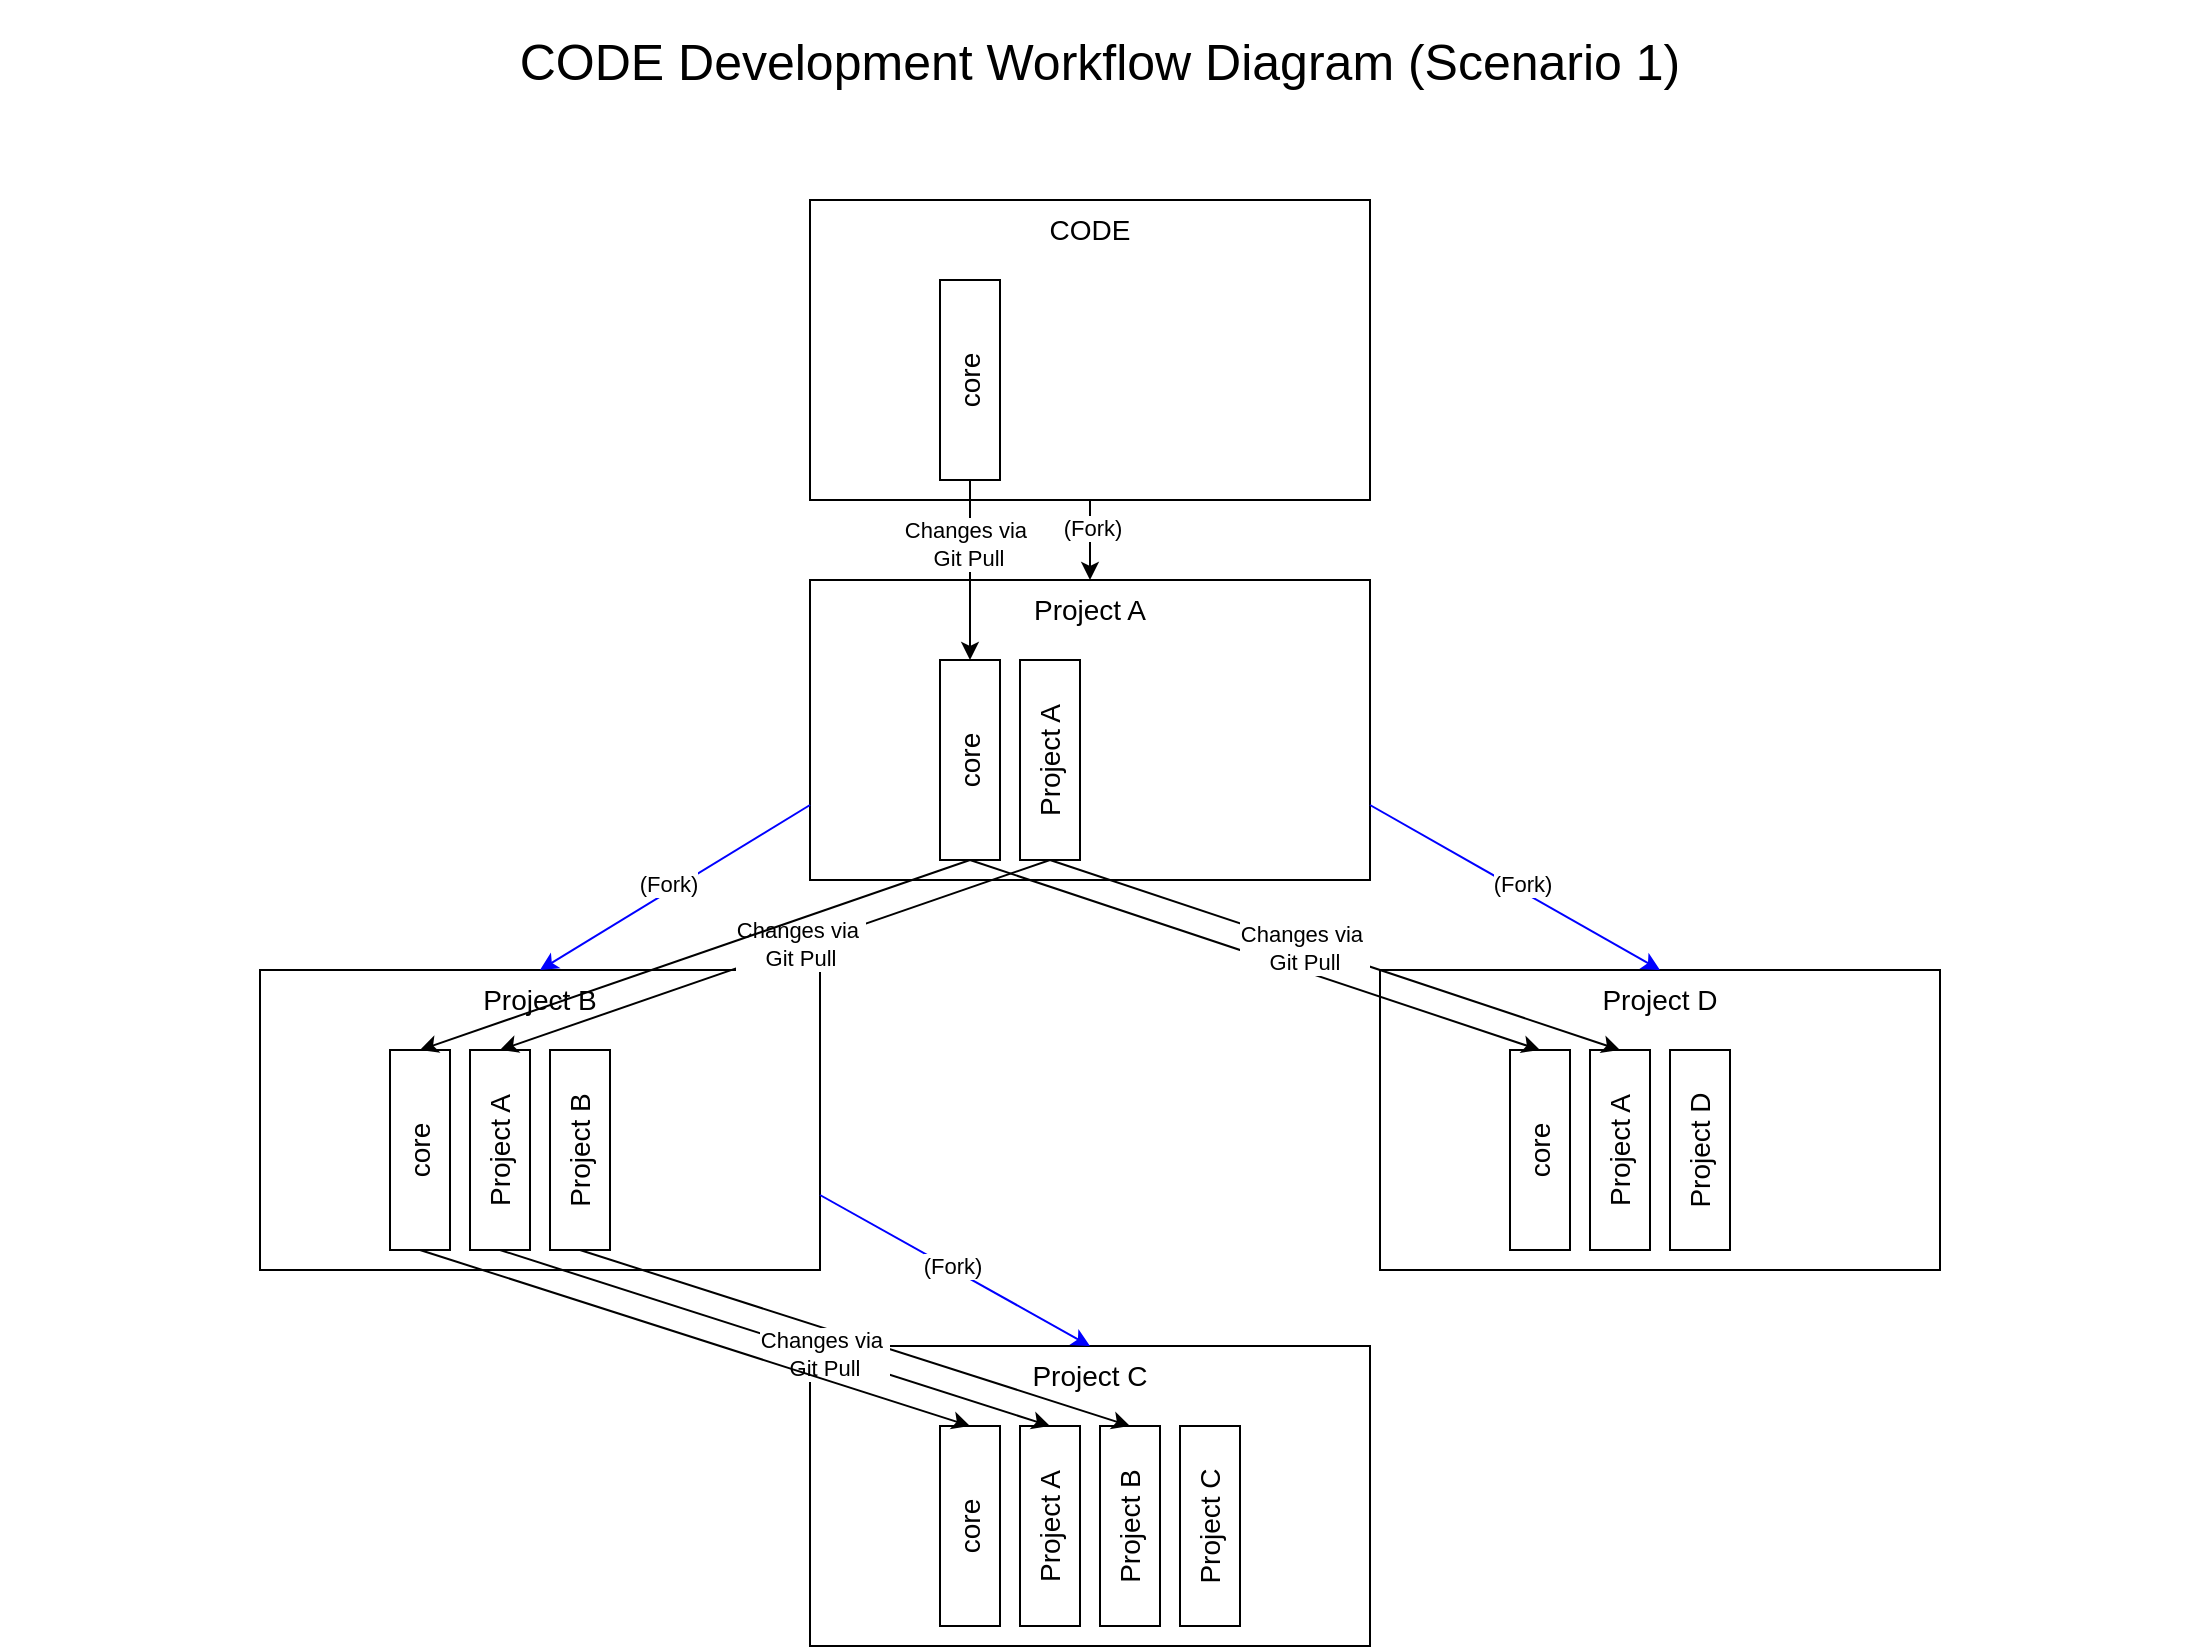
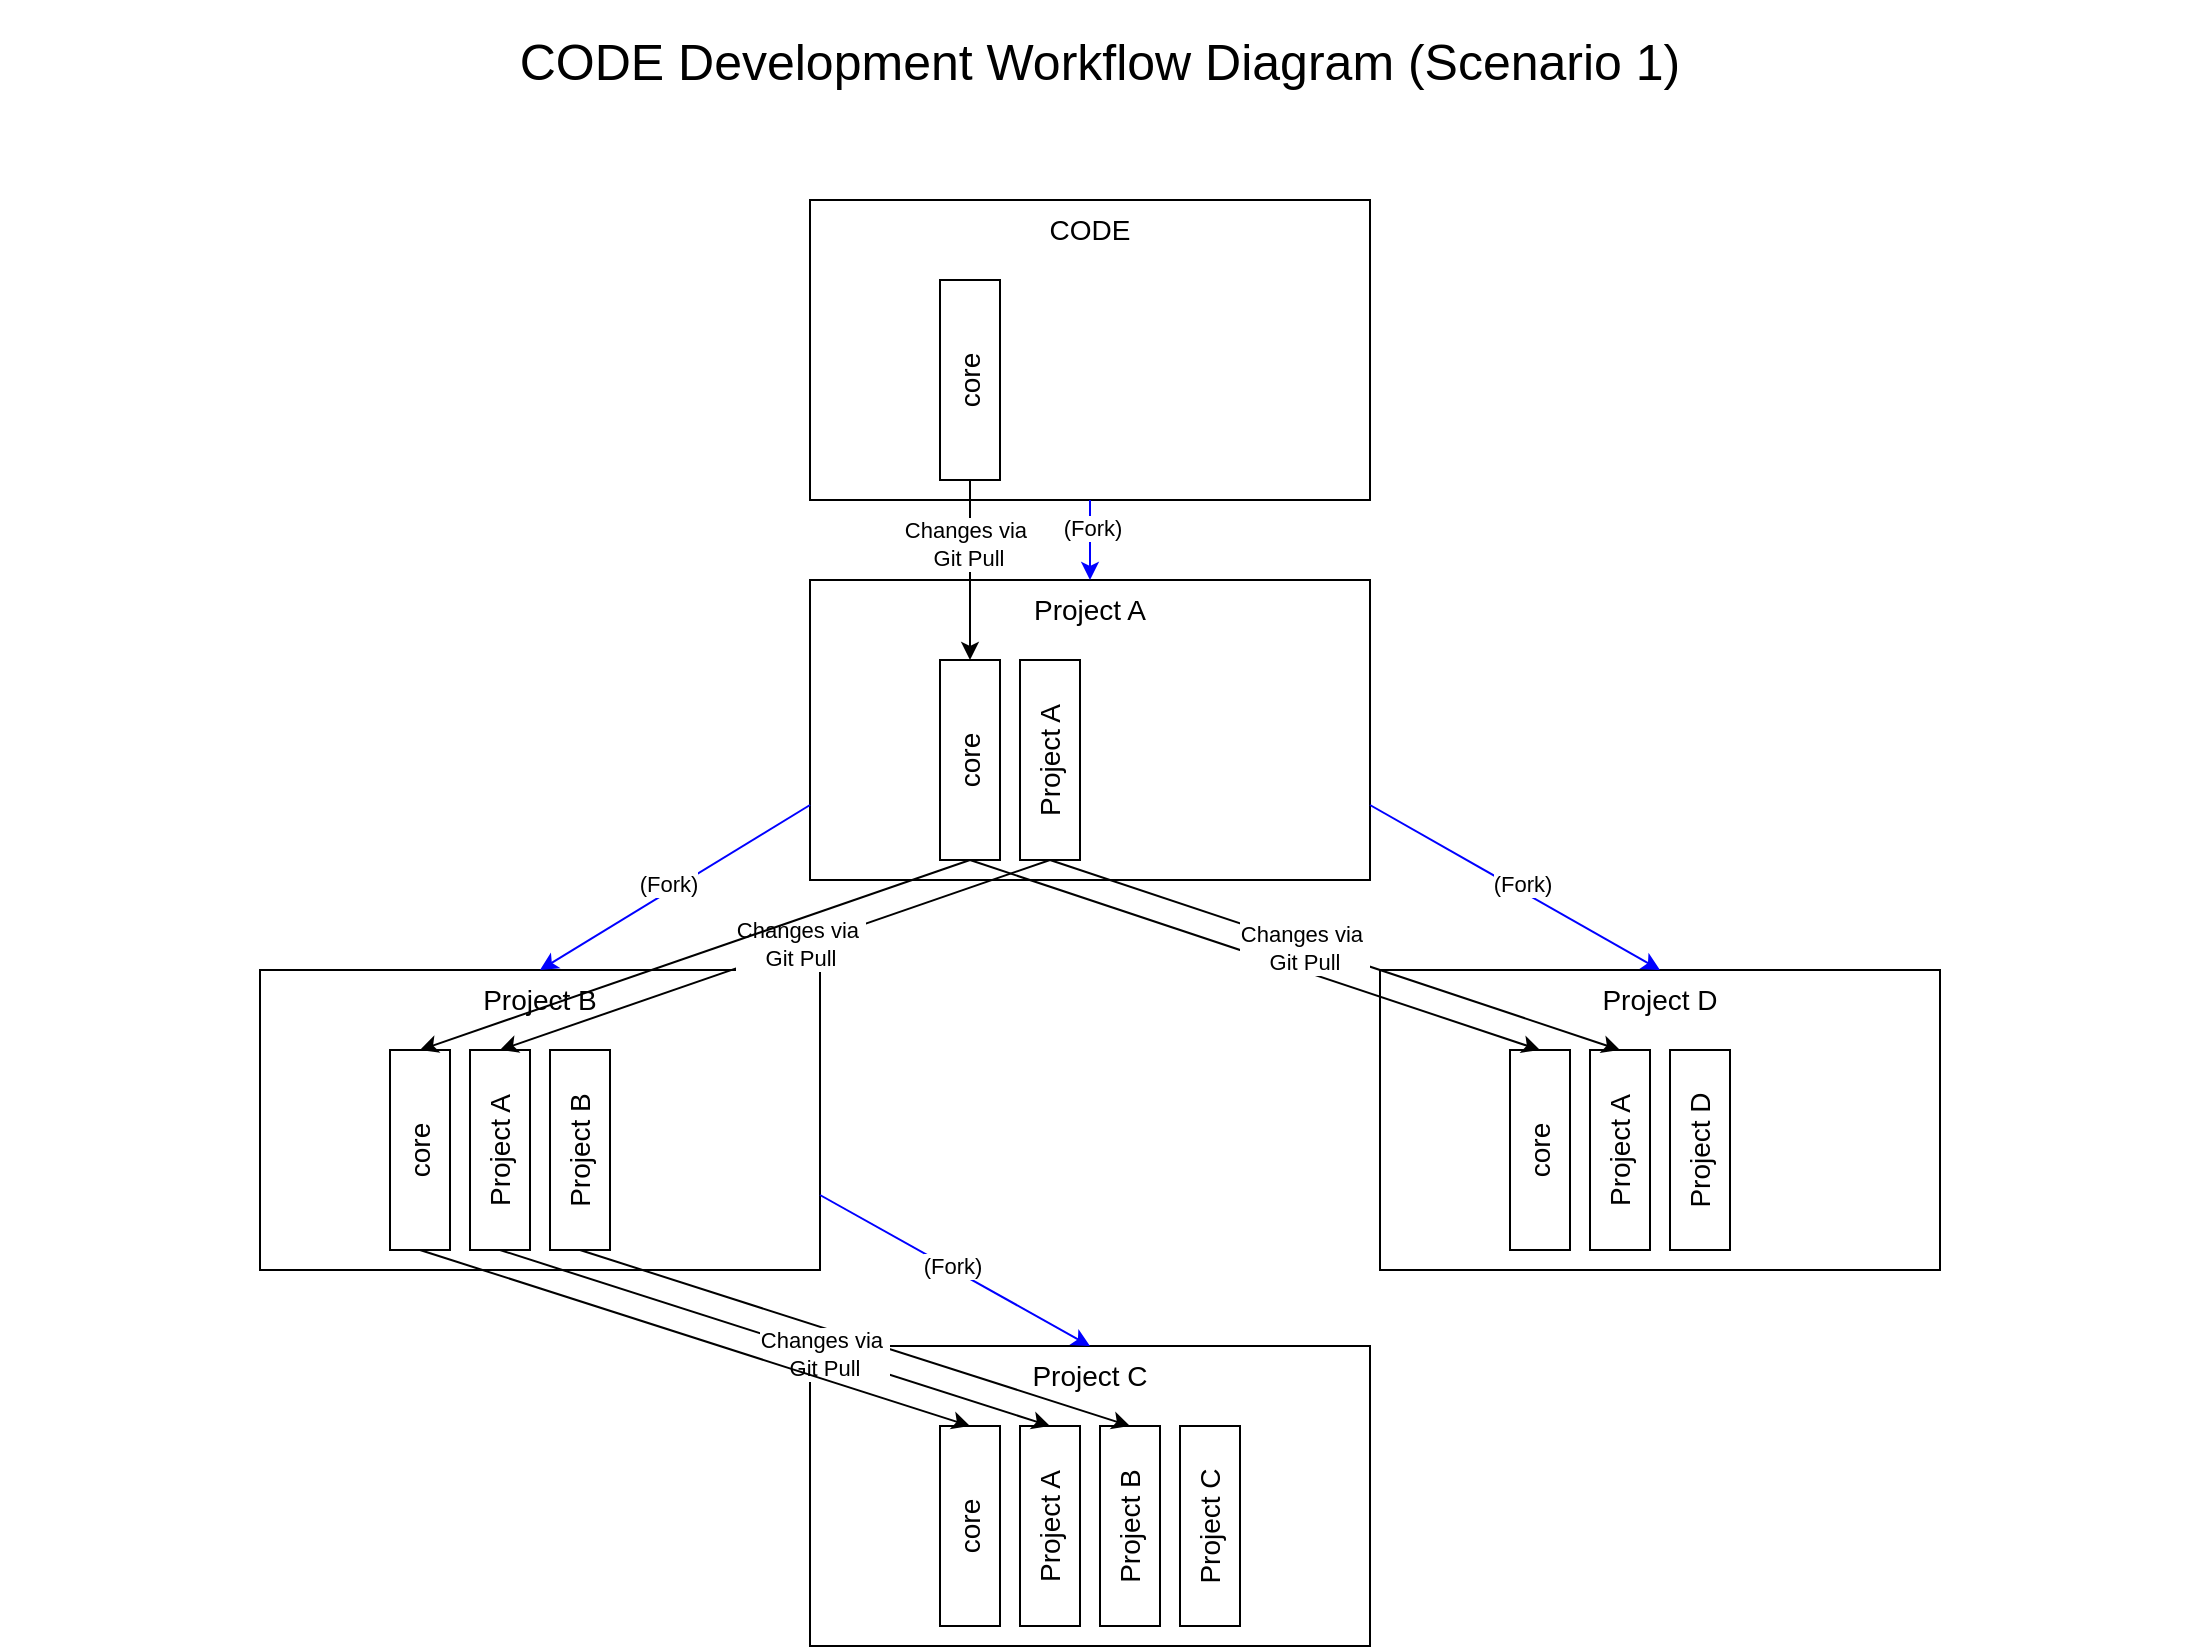
<mxfile host="app.diagrams.net">
  <diagram name="Page-1" id="SMzbKP2u127vYBigOIqx">
    <mxGraphModel dx="2566" dy="1399" grid="1" gridSize="10" guides="1" tooltips="1" connect="1" arrows="1" fold="1" page="1" pageScale="1" pageWidth="1100" pageHeight="850" math="0" shadow="0">
      <root>
        <mxCell id="0" />
        <mxCell id="1" parent="0" />
        <mxCell id="2N2ahWz0QNQXa9Cr99b--89" parent="1" style="rounded=0;whiteSpace=wrap;html=1;verticalAlign=top;fontSize=14;" value="Project C" vertex="1">
          <mxGeometry height="150" width="280" x="405" y="673" as="geometry" />
        </mxCell>
        <mxCell id="2N2ahWz0QNQXa9Cr99b--90" parent="1" style="rounded=0;whiteSpace=wrap;html=1;verticalAlign=top;fontSize=14;horizontal=0;" value="core" vertex="1">
          <mxGeometry height="100" width="30" x="470" y="713" as="geometry" />
        </mxCell>
        <mxCell id="2N2ahWz0QNQXa9Cr99b--91" parent="1" style="rounded=0;whiteSpace=wrap;html=1;verticalAlign=top;fontSize=14;horizontal=0;" value="Project A" vertex="1">
          <mxGeometry height="100" width="30" x="510" y="713" as="geometry" />
        </mxCell>
        <mxCell id="2N2ahWz0QNQXa9Cr99b--92" parent="1" style="rounded=0;whiteSpace=wrap;html=1;verticalAlign=top;fontSize=14;horizontal=0;" value="Project B" vertex="1">
          <mxGeometry height="100" width="30" x="550" y="713" as="geometry" />
        </mxCell>
        <mxCell id="2N2ahWz0QNQXa9Cr99b--93" parent="1" style="rounded=0;whiteSpace=wrap;html=1;verticalAlign=top;fontSize=14;horizontal=0;" value="Project C" vertex="1">
          <mxGeometry height="100" width="30" x="590" y="713" as="geometry" />
        </mxCell>
        <mxCell id="2N2ahWz0QNQXa9Cr99b--94" parent="1" style="rounded=0;whiteSpace=wrap;html=1;verticalAlign=top;fontSize=14;" value="Project D" vertex="1">
          <mxGeometry height="150" width="280" x="690" y="485" as="geometry" />
        </mxCell>
        <mxCell id="2N2ahWz0QNQXa9Cr99b--95" parent="1" style="rounded=0;whiteSpace=wrap;html=1;verticalAlign=top;fontSize=14;horizontal=0;" value="core" vertex="1">
          <mxGeometry height="100" width="30" x="755" y="525" as="geometry" />
        </mxCell>
        <mxCell id="2N2ahWz0QNQXa9Cr99b--96" parent="1" style="rounded=0;whiteSpace=wrap;html=1;verticalAlign=top;fontSize=14;horizontal=0;" value="Project A" vertex="1">
          <mxGeometry height="100" width="30" x="795" y="525" as="geometry" />
        </mxCell>
        <mxCell id="2N2ahWz0QNQXa9Cr99b--97" parent="1" style="rounded=0;whiteSpace=wrap;html=1;verticalAlign=top;fontSize=14;horizontal=0;" value="Project D" vertex="1">
          <mxGeometry height="100" width="30" x="835" y="525" as="geometry" />
        </mxCell>
        <mxCell id="2N2ahWz0QNQXa9Cr99b--98" parent="1" style="rounded=0;whiteSpace=wrap;html=1;verticalAlign=top;fontSize=14;" value="Project B" vertex="1">
          <mxGeometry height="150" width="280" x="130" y="485" as="geometry" />
        </mxCell>
        <mxCell id="2N2ahWz0QNQXa9Cr99b--99" parent="1" style="rounded=0;whiteSpace=wrap;html=1;verticalAlign=top;fontSize=14;horizontal=0;" value="core" vertex="1">
          <mxGeometry height="100" width="30" x="195" y="525" as="geometry" />
        </mxCell>
        <mxCell id="2N2ahWz0QNQXa9Cr99b--100" parent="1" style="rounded=0;whiteSpace=wrap;html=1;verticalAlign=top;fontSize=14;horizontal=0;" value="Project A" vertex="1">
          <mxGeometry height="100" width="30" x="235" y="525" as="geometry" />
        </mxCell>
        <mxCell id="2N2ahWz0QNQXa9Cr99b--101" parent="1" style="rounded=0;whiteSpace=wrap;html=1;verticalAlign=top;fontSize=14;horizontal=0;" value="Project B" vertex="1">
          <mxGeometry height="100" width="30" x="275" y="525" as="geometry" />
        </mxCell>
        <mxCell id="2N2ahWz0QNQXa9Cr99b--102" parent="1" style="rounded=0;whiteSpace=wrap;html=1;verticalAlign=top;fontSize=14;" value="Project A" vertex="1">
          <mxGeometry height="150" width="280" x="405" y="290" as="geometry" />
        </mxCell>
        <mxCell id="2N2ahWz0QNQXa9Cr99b--103" parent="1" style="rounded=0;whiteSpace=wrap;html=1;verticalAlign=top;fontSize=14;horizontal=0;" value="core" vertex="1">
          <mxGeometry height="100" width="30" x="470" y="330" as="geometry" />
        </mxCell>
        <mxCell id="2N2ahWz0QNQXa9Cr99b--104" parent="1" style="rounded=0;whiteSpace=wrap;html=1;verticalAlign=top;fontSize=14;horizontal=0;" value="Project A" vertex="1">
          <mxGeometry height="100" width="30" x="510" y="330" as="geometry" />
        </mxCell>
        <mxCell id="2N2ahWz0QNQXa9Cr99b--105" parent="1" style="rounded=0;whiteSpace=wrap;html=1;verticalAlign=top;fontSize=14;" value="CODE" vertex="1">
          <mxGeometry height="150" width="280" x="405" y="100" as="geometry" />
        </mxCell>
        <mxCell id="2N2ahWz0QNQXa9Cr99b--106" parent="1" style="rounded=0;whiteSpace=wrap;html=1;verticalAlign=top;fontSize=14;horizontal=0;" value="core" vertex="1">
          <mxGeometry height="100" width="30" x="470" y="140" as="geometry" />
        </mxCell>
-         <mxCell id="2N2ahWz0QNQXa9Cr99b--107" edge="1" parent="1" source="2N2ahWz0QNQXa9Cr99b--105" style="endArrow=classic;html=1;rounded=0;exitX=0.5;exitY=1;exitDx=0;exitDy=0;entryX=0.5;entryY=0;entryDx=0;entryDy=0;strokeColor=light-dark(#000000,#0000FF);" target="2N2ahWz0QNQXa9Cr99b--102" value="">
+         <mxCell id="2N2ahWz0QNQXa9Cr99b--107" edge="1" parent="1" source="2N2ahWz0QNQXa9Cr99b--105" style="endArrow=classic;html=1;rounded=0;exitX=0.5;exitY=1;exitDx=0;exitDy=0;entryX=0.5;entryY=0;entryDx=0;entryDy=0;strokeColor=light-dark(#0000FF,#0000FF);" target="2N2ahWz0QNQXa9Cr99b--102" value="">
          <mxGeometry height="50" relative="1" width="50" as="geometry">
            <mxPoint x="580" y="660" as="sourcePoint" />
            <mxPoint x="630" y="610" as="targetPoint" />
          </mxGeometry>
        </mxCell>
        <mxCell id="2N2ahWz0QNQXa9Cr99b--108" connectable="0" parent="2N2ahWz0QNQXa9Cr99b--107" style="edgeLabel;html=1;align=center;verticalAlign=middle;resizable=0;points=[];" value="(Fork)" vertex="1">
          <mxGeometry relative="1" x="-0.29" y="1" as="geometry">
            <mxPoint as="offset" />
          </mxGeometry>
        </mxCell>
        <mxCell id="2N2ahWz0QNQXa9Cr99b--109" edge="1" parent="1" source="2N2ahWz0QNQXa9Cr99b--102" style="endArrow=classic;html=1;rounded=0;exitX=0;exitY=0.75;exitDx=0;exitDy=0;entryX=0.5;entryY=0;entryDx=0;entryDy=0;strokeColor=light-dark(#0000FF,#0000FF);" target="2N2ahWz0QNQXa9Cr99b--98" value="">
          <mxGeometry height="50" relative="1" width="50" as="geometry">
            <mxPoint x="580" y="660" as="sourcePoint" />
            <mxPoint x="630" y="610" as="targetPoint" />
          </mxGeometry>
        </mxCell>
        <mxCell id="2N2ahWz0QNQXa9Cr99b--110" connectable="0" parent="2N2ahWz0QNQXa9Cr99b--109" style="edgeLabel;html=1;align=center;verticalAlign=middle;resizable=0;points=[];" value="(Fork)" vertex="1">
          <mxGeometry relative="1" x="0.0209" y="-4" as="geometry">
            <mxPoint as="offset" />
          </mxGeometry>
        </mxCell>
        <mxCell id="2N2ahWz0QNQXa9Cr99b--111" edge="1" parent="1" source="2N2ahWz0QNQXa9Cr99b--102" style="endArrow=classic;html=1;rounded=0;exitX=1;exitY=0.75;exitDx=0;exitDy=0;entryX=0.5;entryY=0;entryDx=0;entryDy=0;strokeColor=light-dark(#0000FF,#0000FF);" target="2N2ahWz0QNQXa9Cr99b--94" value="">
          <mxGeometry height="50" relative="1" width="50" as="geometry">
            <mxPoint x="580" y="660" as="sourcePoint" />
            <mxPoint x="630" y="610" as="targetPoint" />
          </mxGeometry>
        </mxCell>
        <mxCell id="2N2ahWz0QNQXa9Cr99b--112" connectable="0" parent="2N2ahWz0QNQXa9Cr99b--111" style="edgeLabel;html=1;align=center;verticalAlign=middle;resizable=0;points=[];" value="(Fork)" vertex="1">
          <mxGeometry relative="1" x="0.0169" y="3" as="geometry">
            <mxPoint as="offset" />
          </mxGeometry>
        </mxCell>
        <mxCell id="2N2ahWz0QNQXa9Cr99b--113" edge="1" parent="1" source="2N2ahWz0QNQXa9Cr99b--98" style="endArrow=classic;html=1;rounded=0;exitX=1;exitY=0.75;exitDx=0;exitDy=0;entryX=0.5;entryY=0;entryDx=0;entryDy=0;strokeColor=light-dark(#0000FF,#0000FF);" target="2N2ahWz0QNQXa9Cr99b--89" value="">
          <mxGeometry height="50" relative="1" width="50" as="geometry">
            <mxPoint x="580" y="613" as="sourcePoint" />
            <mxPoint x="630" y="563" as="targetPoint" />
          </mxGeometry>
        </mxCell>
        <mxCell id="2N2ahWz0QNQXa9Cr99b--114" connectable="0" parent="2N2ahWz0QNQXa9Cr99b--113" style="edgeLabel;html=1;align=center;verticalAlign=middle;resizable=0;points=[];" value="(Fork)" vertex="1">
          <mxGeometry relative="1" x="-0.0299" y="1" as="geometry">
            <mxPoint as="offset" />
          </mxGeometry>
        </mxCell>
        <mxCell id="2N2ahWz0QNQXa9Cr99b--115" parent="1" style="text;html=1;whiteSpace=wrap;strokeColor=none;fillColor=none;align=center;verticalAlign=middle;rounded=0;fontSize=25;" value="CODE Development Workflow Diagram (Scenario 1)" vertex="1">
          <mxGeometry height="60" width="1100" as="geometry" />
        </mxCell>
        <mxCell id="2N2ahWz0QNQXa9Cr99b--116" edge="1" parent="1" source="2N2ahWz0QNQXa9Cr99b--106" style="endArrow=classic;html=1;rounded=0;exitX=0.5;exitY=1;exitDx=0;exitDy=0;entryX=0.5;entryY=0;entryDx=0;entryDy=0;" target="2N2ahWz0QNQXa9Cr99b--103" value="">
          <mxGeometry height="50" relative="1" width="50" as="geometry">
            <mxPoint x="580" y="613" as="sourcePoint" />
            <mxPoint x="630" y="563" as="targetPoint" />
          </mxGeometry>
        </mxCell>
        <mxCell id="2N2ahWz0QNQXa9Cr99b--117" connectable="0" parent="2N2ahWz0QNQXa9Cr99b--116" style="edgeLabel;html=1;align=center;verticalAlign=middle;resizable=0;points=[];" value="&lt;div&gt;Changes via&amp;nbsp;&lt;/div&gt;&lt;div&gt;Git Pull&lt;/div&gt;" vertex="1">
          <mxGeometry relative="1" x="-0.2844" y="-1" as="geometry">
            <mxPoint as="offset" />
          </mxGeometry>
        </mxCell>
        <mxCell id="2N2ahWz0QNQXa9Cr99b--118" edge="1" parent="1" source="2N2ahWz0QNQXa9Cr99b--104" style="endArrow=classic;html=1;rounded=0;exitX=0.5;exitY=1;exitDx=0;exitDy=0;entryX=0.5;entryY=0;entryDx=0;entryDy=0;" target="2N2ahWz0QNQXa9Cr99b--100" value="">
          <mxGeometry height="50" relative="1" width="50" as="geometry">
            <mxPoint x="580" y="613" as="sourcePoint" />
            <mxPoint x="630" y="563" as="targetPoint" />
          </mxGeometry>
        </mxCell>
        <mxCell id="2N2ahWz0QNQXa9Cr99b--119" connectable="0" parent="2N2ahWz0QNQXa9Cr99b--118" style="edgeLabel;html=1;align=center;verticalAlign=middle;resizable=0;points=[];" value="&lt;div&gt;Changes via&amp;nbsp;&lt;/div&gt;&lt;div&gt;Git Pull&lt;/div&gt;" vertex="1">
          <mxGeometry relative="1" x="-0.0931" y="-1" as="geometry">
            <mxPoint as="offset" />
          </mxGeometry>
        </mxCell>
        <mxCell id="2N2ahWz0QNQXa9Cr99b--120" edge="1" parent="1" source="2N2ahWz0QNQXa9Cr99b--101" style="endArrow=classic;html=1;rounded=0;exitX=0.5;exitY=1;exitDx=0;exitDy=0;entryX=0.5;entryY=0;entryDx=0;entryDy=0;" target="2N2ahWz0QNQXa9Cr99b--92" value="">
          <mxGeometry height="50" relative="1" width="50" as="geometry">
            <mxPoint x="580" y="613" as="sourcePoint" />
            <mxPoint x="630" y="563" as="targetPoint" />
          </mxGeometry>
        </mxCell>
        <mxCell id="2N2ahWz0QNQXa9Cr99b--121" edge="1" parent="1" source="2N2ahWz0QNQXa9Cr99b--103" style="endArrow=classic;html=1;rounded=0;exitX=0.5;exitY=1;exitDx=0;exitDy=0;entryX=0.5;entryY=0;entryDx=0;entryDy=0;" target="2N2ahWz0QNQXa9Cr99b--99" value="">
          <mxGeometry height="50" relative="1" width="50" as="geometry">
            <mxPoint x="580" y="613" as="sourcePoint" />
            <mxPoint x="630" y="563" as="targetPoint" />
          </mxGeometry>
        </mxCell>
        <mxCell id="2N2ahWz0QNQXa9Cr99b--122" edge="1" parent="1" source="2N2ahWz0QNQXa9Cr99b--100" style="endArrow=classic;html=1;rounded=0;entryX=0.5;entryY=0;entryDx=0;entryDy=0;exitX=0.5;exitY=1;exitDx=0;exitDy=0;" target="2N2ahWz0QNQXa9Cr99b--91" value="">
          <mxGeometry height="50" relative="1" width="50" as="geometry">
            <mxPoint x="580" y="613" as="sourcePoint" />
            <mxPoint x="630" y="563" as="targetPoint" />
          </mxGeometry>
        </mxCell>
        <mxCell id="2N2ahWz0QNQXa9Cr99b--123" connectable="0" parent="2N2ahWz0QNQXa9Cr99b--122" style="edgeLabel;html=1;align=center;verticalAlign=middle;resizable=0;points=[];" value="&lt;div&gt;Changes via&amp;nbsp;&lt;/div&gt;&lt;div&gt;Git Pull&lt;/div&gt;" vertex="1">
          <mxGeometry relative="1" x="0.1789" as="geometry">
            <mxPoint as="offset" />
          </mxGeometry>
        </mxCell>
        <mxCell id="2N2ahWz0QNQXa9Cr99b--124" edge="1" parent="1" source="2N2ahWz0QNQXa9Cr99b--99" style="endArrow=classic;html=1;rounded=0;entryX=0.5;entryY=0;entryDx=0;entryDy=0;exitX=0.5;exitY=1;exitDx=0;exitDy=0;" target="2N2ahWz0QNQXa9Cr99b--90" value="">
          <mxGeometry height="50" relative="1" width="50" as="geometry">
            <mxPoint x="580" y="613" as="sourcePoint" />
            <mxPoint x="630" y="563" as="targetPoint" />
          </mxGeometry>
        </mxCell>
        <mxCell id="2N2ahWz0QNQXa9Cr99b--125" edge="1" parent="1" source="2N2ahWz0QNQXa9Cr99b--103" style="endArrow=classic;html=1;rounded=0;exitX=0.5;exitY=1;exitDx=0;exitDy=0;entryX=0.5;entryY=0;entryDx=0;entryDy=0;" target="2N2ahWz0QNQXa9Cr99b--95" value="">
          <mxGeometry height="50" relative="1" width="50" as="geometry">
            <mxPoint x="580" y="613" as="sourcePoint" />
            <mxPoint x="630" y="563" as="targetPoint" />
          </mxGeometry>
        </mxCell>
        <mxCell id="2N2ahWz0QNQXa9Cr99b--126" edge="1" parent="1" source="2N2ahWz0QNQXa9Cr99b--104" style="endArrow=classic;html=1;rounded=0;exitX=0.5;exitY=1;exitDx=0;exitDy=0;entryX=0.5;entryY=0;entryDx=0;entryDy=0;" target="2N2ahWz0QNQXa9Cr99b--96" value="">
          <mxGeometry height="50" relative="1" width="50" as="geometry">
            <mxPoint x="580" y="613" as="sourcePoint" />
            <mxPoint x="630" y="563" as="targetPoint" />
          </mxGeometry>
        </mxCell>
        <mxCell id="2N2ahWz0QNQXa9Cr99b--127" connectable="0" parent="2N2ahWz0QNQXa9Cr99b--126" style="edgeLabel;html=1;align=center;verticalAlign=middle;resizable=0;points=[];" value="&lt;div&gt;Changes via&amp;nbsp;&lt;/div&gt;&lt;div&gt;Git Pull&lt;/div&gt;" vertex="1">
          <mxGeometry relative="1" x="-0.1069" y="-1" as="geometry">
            <mxPoint as="offset" />
          </mxGeometry>
        </mxCell>
      </root>
    </mxGraphModel>
  </diagram>
</mxfile>
